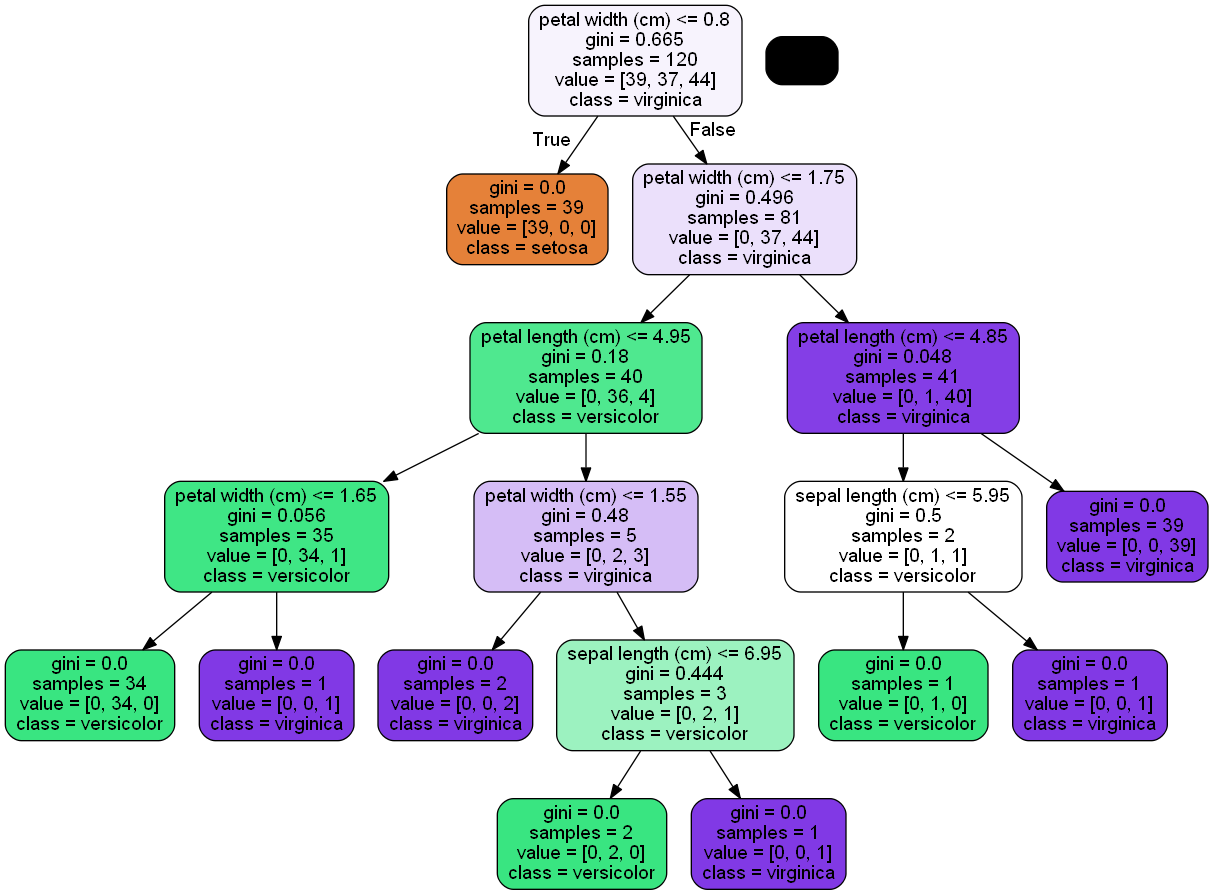
Infinitymaths/The-sparks-foundataion keeps this Graphviz diagram as Task 6/decision_tree.png. Above is the earlier version. Its source is kept beside it as Task 6/decision_tree.dot. Source of this version:
```dot
digraph Tree {
node [shape=box, style="filled, rounded", color="black", fontname=helvetica] ;
edge [fontname=helvetica] ;
0 [label="petal width (cm) <= 0.8\ngini = 0.665\nsamples = 120\nvalue = [39, 37, 44]\nclass = virginica", fillcolor="#f7f3fd"] ;
1 [label="gini = 0.0\nsamples = 39\nvalue = [39, 0, 0]\nclass = setosa", fillcolor="#e58139"] ;
0 -> 1 [labeldistance=2.5, labelangle=45, headlabel="True"] ;
2 [label="petal width (cm) <= 1.75\ngini = 0.496\nsamples = 81\nvalue = [0, 37, 44]\nclass = virginica", fillcolor="#ebe0fb"] ;
0 -> 2 [labeldistance=2.5, labelangle=-45, headlabel="False"] ;
3 [label="petal length (cm) <= 4.95\ngini = 0.18\nsamples = 40\nvalue = [0, 36, 4]\nclass = versicolor", fillcolor="#4fe88f"] ;
2 -> 3 ;
4 [label="petal width (cm) <= 1.65\ngini = 0.056\nsamples = 35\nvalue = [0, 34, 1]\nclass = versicolor", fillcolor="#3fe685"] ;
3 -> 4 ;
5 [label="gini = 0.0\nsamples = 34\nvalue = [0, 34, 0]\nclass = versicolor", fillcolor="#39e581"] ;
4 -> 5 ;
6 [label="gini = 0.0\nsamples = 1\nvalue = [0, 0, 1]\nclass = virginica", fillcolor="#8139e5"] ;
4 -> 6 ;
7 [label="petal width (cm) <= 1.55\ngini = 0.48\nsamples = 5\nvalue = [0, 2, 3]\nclass = virginica", fillcolor="#d5bdf6"] ;
3 -> 7 ;
8 [label="gini = 0.0\nsamples = 2\nvalue = [0, 0, 2]\nclass = virginica", fillcolor="#8139e5"] ;
7 -> 8 ;
9 [label="sepal length (cm) <= 6.95\ngini = 0.444\nsamples = 3\nvalue = [0, 2, 1]\nclass = versicolor", fillcolor="#9cf2c0"] ;
7 -> 9 ;
10 [label="gini = 0.0\nsamples = 2\nvalue = [0, 2, 0]\nclass = versicolor", fillcolor="#39e581"] ;
9 -> 10 ;
11 [label="gini = 0.0\nsamples = 1\nvalue = [0, 0, 1]\nclass = virginica", fillcolor="#8139e5"] ;
9 -> 11 ;
12 [label="petal length (cm) <= 4.85\ngini = 0.048\nsamples = 41\nvalue = [0, 1, 40]\nclass = virginica", fillcolor="#843ee6"] ;
2 -> 12 ;
13 [label="sepal length (cm) <= 5.95\ngini = 0.5\nsamples = 2\nvalue = [0, 1, 1]\nclass = versicolor", fillcolor="#ffffff"] ;
12 -> 13 ;
14 [label="gini = 0.0\nsamples = 1\nvalue = [0, 1, 0]\nclass = versicolor", fillcolor="#39e581"] ;
13 -> 14 ;
15 [label="gini = 0.0\nsamples = 1\nvalue = [0, 0, 1]\nclass = virginica", fillcolor="#8139e5"] ;
13 -> 15 ;
16 [label="gini = 0.0\nsamples = 39\nvalue = [0, 0, 39]\nclass = virginica", fillcolor="#8139e5"] ;
12 -> 16 ;
}
```
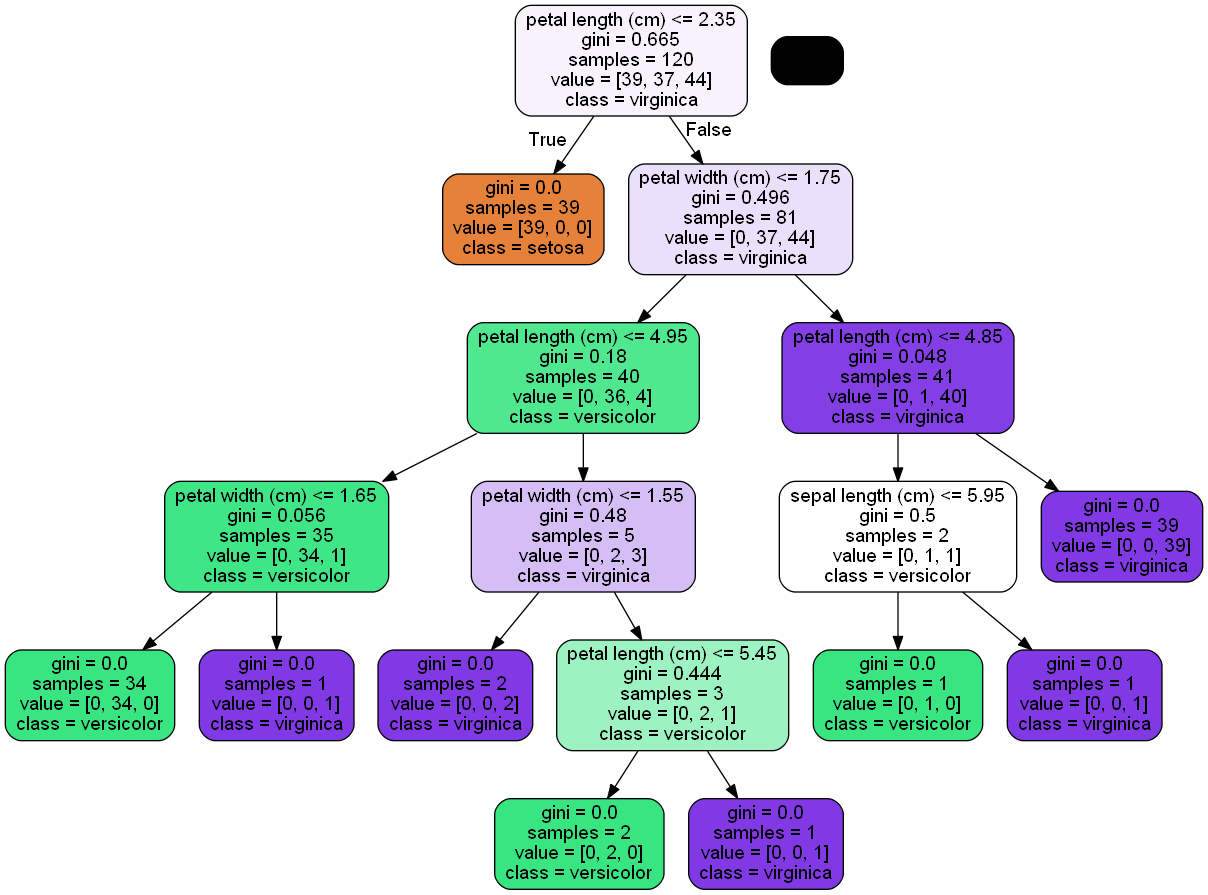
The same file after the commit.

What changed in the source:
```diff
@@ -1,7 +1,7 @@
 digraph Tree {
 node [shape=box, style="filled, rounded", color="black", fontname=helvetica] ;
 edge [fontname=helvetica] ;
-0 [label="petal width (cm) <= 0.8\ngini = 0.665\nsamples = 120\nvalue = [39, 37, 44]\nclass = virginica", fillcolor="#f7f3fd"] ;
+0 [label="petal length (cm) <= 2.35\ngini = 0.665\nsamples = 120\nvalue = [39, 37, 44]\nclass = virginica", fillcolor="#f7f3fd"] ;
 1 [label="gini = 0.0\nsamples = 39\nvalue = [39, 0, 0]\nclass = setosa", fillcolor="#e58139"] ;
 0 -> 1 [labeldistance=2.5, labelangle=45, headlabel="True"] ;
 2 [label="petal width (cm) <= 1.75\ngini = 0.496\nsamples = 81\nvalue = [0, 37, 44]\nclass = virginica", fillcolor="#ebe0fb"] ;
@@ -18,7 +18,7 @@
 3 -> 7 ;
 8 [label="gini = 0.0\nsamples = 2\nvalue = [0, 0, 2]\nclass = virginica", fillcolor="#8139e5"] ;
 7 -> 8 ;
-9 [label="sepal length (cm) <= 6.95\ngini = 0.444\nsamples = 3\nvalue = [0, 2, 1]\nclass = versicolor", fillcolor="#9cf2c0"] ;
+9 [label="petal length (cm) <= 5.45\ngini = 0.444\nsamples = 3\nvalue = [0, 2, 1]\nclass = versicolor", fillcolor="#9cf2c0"] ;
 7 -> 9 ;
 10 [label="gini = 0.0\nsamples = 2\nvalue = [0, 2, 0]\nclass = versicolor", fillcolor="#39e581"] ;
 9 -> 10 ;
```
